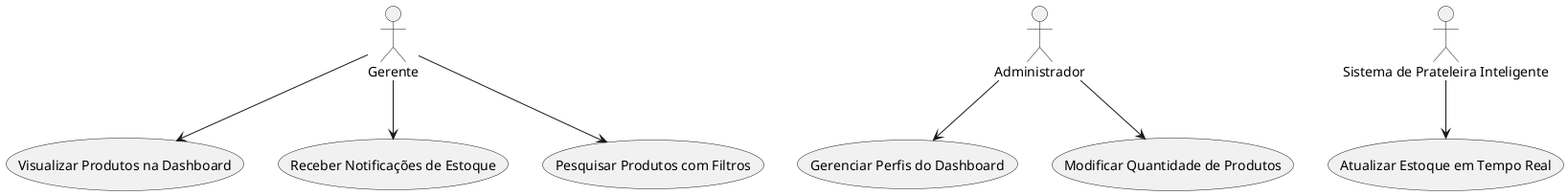
The PlantUML diagram UMLs/Casos de Uso/Caso de Uso Simplificado/casos de uso simplificado.png in Harthuz/TCC-RFID, before a commit.
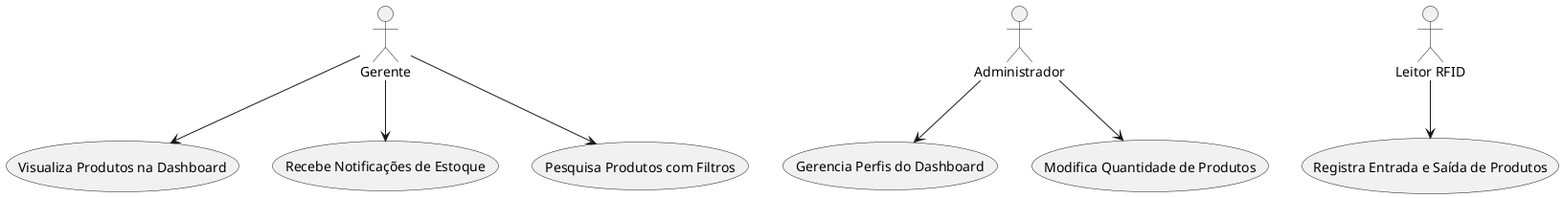
The same diagram one commit later.

Commit message:
docs: atualizar documentação casos de uso

Diff of the diagram source:
```diff
@@ -1,14 +1,14 @@
 @startuml
 actor "Gerente" as Gerente
 actor "Administrador" as Admin
-actor "Sistema de Prateleira Inteligente" as SPI
+actor "Leitor RFID" as RFID
 
-usecase "Visualizar Produtos na Dashboard" as VisualizarProdutos
-usecase "Receber Notificações de Estoque" as NotificacoesEstoque
-usecase "Pesquisar Produtos com Filtros" as PesquisarProdutos
-usecase "Gerenciar Perfis do Dashboard" as GerenciarPerfis
-usecase "Modificar Quantidade de Produtos" as ModificarQuantidade
-usecase "Atualizar Estoque em Tempo Real" as AtualizarEstoqueTempoReal
+usecase "Visualiza Produtos na Dashboard" as VisualizarProdutos
+usecase "Recebe Notificações de Estoque" as NotificacoesEstoque
+usecase "Pesquisa Produtos com Filtros" as PesquisarProdutos
+usecase "Gerencia Perfis do Dashboard" as GerenciarPerfis
+usecase "Modifica Quantidade de Produtos" as ModificarQuantidade
+usecase "Registra Entrada e Saída de Produtos" as RegistrarEntradaSaida
 
 Gerente --> VisualizarProdutos
 Gerente --> NotificacoesEstoque
@@ -17,6 +17,6 @@
 Admin --> GerenciarPerfis
 Admin --> ModificarQuantidade
 
-SPI --> AtualizarEstoqueTempoReal
+RFID --> RegistrarEntradaSaida
 
 @enduml
```
